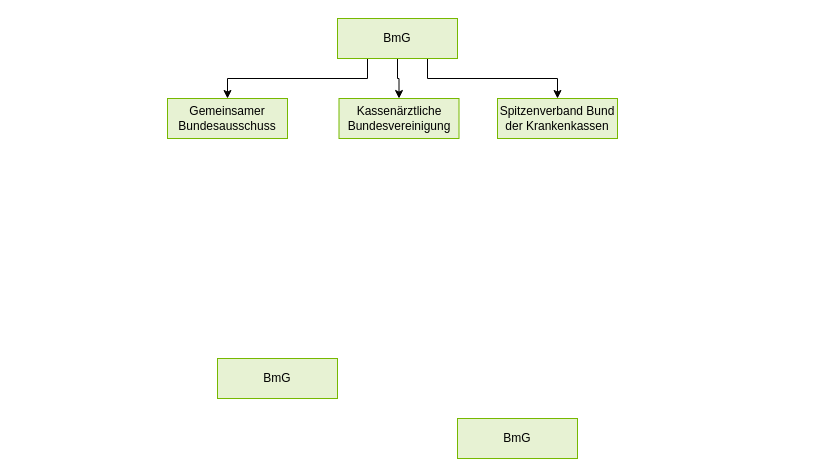
Before: Bilder/GesundheitssystemAkteureBund.drawio in dabrowskiw/VL-EinfuehrungGesundheitsinformatik, a draw.io diagram. Source tidied: cells renumbered, new cells numbered last; positions are measured from the earlier drawing's top-left corner, leaving out a move shared by most shapes. Both pictures are drawn from the tidied source at 100%, with x=0, y=0 at pixel (167, 18).
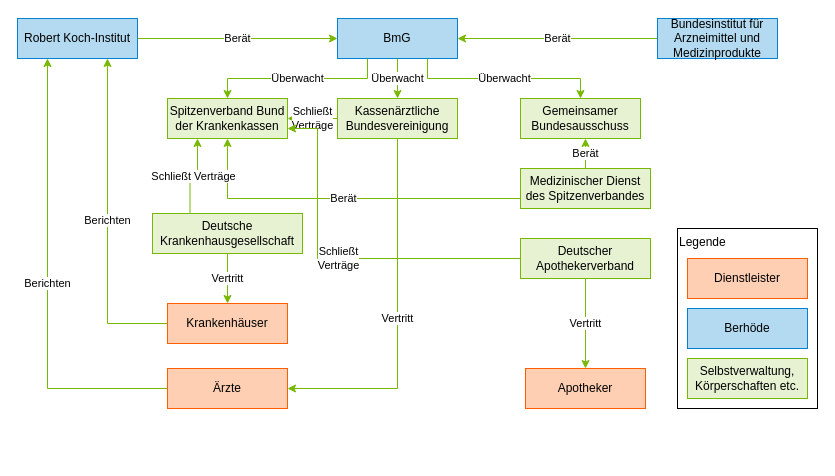
After the change.

Diff of the diagram source:
```diff
@@
-    <mxCell id="2" style="edgeStyle=orthogonalEdgeStyle;rounded=0;jettySize=auto;html=1;exitX=0.25;exitY=1;exitDx=0;exitDy=0;entryX=0.5;entryY=0;entryDx=0;entryDy=0;" parent="1" edge="1" source="5" target="6">
+    <mxCell id="2" value="Überwacht" style="edgeStyle=orthogonalEdgeStyle;rounded=0;jettySize=auto;html=1;entryX=0.5;entryY=0;entryDx=0;entryDy=0;exitX=0.75;exitY=1;exitDx=0;exitDy=0;strokeColor=#76B900;" parent="1" edge="1" source="5" target="6">
       <mxGeometry relative="1" as="geometry" />
     </mxCell>
-    <mxCell id="3" style="edgeStyle=orthogonalEdgeStyle;rounded=0;jettySize=auto;html=1;exitX=0.5;exitY=1;exitDx=0;exitDy=0;entryX=0.5;entryY=0;entryDx=0;entryDy=0;" parent="1" edge="1" source="5" target="7">
+    <mxCell id="3" value="Überwacht" style="edgeStyle=orthogonalEdgeStyle;rounded=0;jettySize=auto;html=1;exitX=0.5;exitY=1;exitDx=0;exitDy=0;entryX=0.5;entryY=0;entryDx=0;entryDy=0;strokeColor=#76B900;" parent="1" edge="1" source="5" target="7">
       <mxGeometry relative="1" as="geometry" />
     </mxCell>
-    <mxCell id="4" style="edgeStyle=orthogonalEdgeStyle;rounded=0;jettySize=auto;html=1;exitX=0.75;exitY=1;exitDx=0;exitDy=0;entryX=0.5;entryY=0;entryDx=0;entryDy=0;" parent="1" edge="1" source="5" target="10">
+    <mxCell id="4" value="Überwacht" style="edgeStyle=orthogonalEdgeStyle;rounded=0;jettySize=auto;html=1;exitX=0.25;exitY=1;exitDx=0;exitDy=0;entryX=0.5;entryY=0;entryDx=0;entryDy=0;strokeColor=#76B900;" parent="1" edge="1" source="5" target="10">
       <mxGeometry relative="1" as="geometry" />
     </mxCell>
-    <mxCell id="5" value="BmG" style="rounded=0;whiteSpace=wrap;html=1;fillColor=#e7f2d3;strokeColor=#76B900;fontColor=#000000;" parent="1" vertex="1">
+    <mxCell id="5" value="BmG" style="rounded=0;whiteSpace=wrap;html=1;fillColor=#B3DAF1;strokeColor=#0082D1;fontColor=#000000;" parent="1" vertex="1">
       <mxGeometry x="170" width="120" height="40" as="geometry" />
     </mxCell>
     <mxCell id="6" value="Gemeinsamer Bundesausschuss" style="rounded=0;whiteSpace=wrap;html=1;fillColor=#e7f2d3;strokeColor=#76B900;fontColor=#000000;" parent="1" vertex="1">
-      <mxGeometry y="80" width="120" height="40" as="geometry" />
+      <mxGeometry x="353" y="80" width="120" height="40" as="geometry" />
     </mxCell>
+    <mxCell id="11" value="Vertritt" style="edgeStyle=orthogonalEdgeStyle;rounded=0;jettySize=auto;html=1;exitX=0.5;exitY=1;exitDx=0;exitDy=0;entryX=1;entryY=0.5;entryDx=0;entryDy=0;strokeColor=#76B900;" parent="1" edge="1" source="7" target="22">
+      <mxGeometry relative="1" as="geometry" />
+    </mxCell>
+    <mxCell id="12" value="Schließt&lt;br&gt;Verträge" style="edgeStyle=orthogonalEdgeStyle;rounded=0;jettySize=auto;html=1;exitX=0;exitY=0.5;exitDx=0;exitDy=0;entryX=1;entryY=0.5;entryDx=0;entryDy=0;strokeColor=#76B900;" parent="1" edge="1" source="7" target="10">
+      <mxGeometry relative="1" as="geometry" />
+    </mxCell>
     <mxCell id="7" value="Kassenärztliche Bundesvereinigung" style="rounded=0;whiteSpace=wrap;html=1;fillColor=#e7f2d3;strokeColor=#76B900;fontColor=#000000;" parent="1" vertex="1">
-      <mxGeometry x="171.5" y="80" width="120" height="40" as="geometry" />
+      <mxGeometry x="170" y="80" width="120" height="40" as="geometry" />
     </mxCell>
+    <mxCell id="13" value="Berät" style="edgeStyle=orthogonalEdgeStyle;rounded=0;jettySize=auto;html=1;exitX=0;exitY=0.75;exitDx=0;exitDy=0;entryX=0.5;entryY=1;entryDx=0;entryDy=0;strokeColor=#76B900;" parent="1" edge="1" source="8" target="10">
+      <mxGeometry relative="1" as="geometry" />
+    </mxCell>
+    <mxCell id="14" value="Berät" style="edgeStyle=orthogonalEdgeStyle;rounded=0;jettySize=auto;html=1;exitX=0.5;exitY=0;exitDx=0;exitDy=0;strokeColor=#76B900;" parent="1" edge="1" source="8">
+      <mxGeometry relative="1" as="geometry">
+        <mxPoint x="418" y="120" as="targetPoint" />
+      </mxGeometry>
+    </mxCell>
-    <mxCell id="8" value="BmG" style="rounded=0;whiteSpace=wrap;html=1;fillColor=#e7f2d3;strokeColor=#76B900;fontColor=#000000;" parent="1" vertex="1">
-      <mxGeometry x="290" y="400" width="120" height="40" as="geometry" />
+    <mxCell id="8" value="Medizinischer Dienst des Spitzenverbandes" style="rounded=0;whiteSpace=wrap;html=1;fillColor=#e7f2d3;strokeColor=#76B900;fontColor=#000000;" parent="1" vertex="1">
+      <mxGeometry x="353" y="150" width="130" height="40" as="geometry" />
     </mxCell>
+    <mxCell id="15" value="Vertritt" style="edgeStyle=orthogonalEdgeStyle;rounded=0;jettySize=auto;html=1;exitX=0.5;exitY=1;exitDx=0;exitDy=0;entryX=0.5;entryY=0;entryDx=0;entryDy=0;strokeColor=#76B900;" parent="1" edge="1" source="9" target="20">
+      <mxGeometry relative="1" as="geometry" />
+    </mxCell>
+    <mxCell id="16" value="Schließt Verträge" style="edgeStyle=orthogonalEdgeStyle;rounded=0;jettySize=auto;html=1;exitX=0.25;exitY=0;exitDx=0;exitDy=0;entryX=0.25;entryY=1;entryDx=0;entryDy=0;strokeColor=#76B900;" parent="1" edge="1" source="9" target="10">
+      <mxGeometry relative="1" as="geometry" />
+    </mxCell>
-    <mxCell id="9" value="BmG" style="rounded=0;whiteSpace=wrap;html=1;fillColor=#e7f2d3;strokeColor=#76B900;fontColor=#000000;" parent="1" vertex="1">
-      <mxGeometry x="50" y="340" width="120" height="40" as="geometry" />
+    <mxCell id="9" value="Deutsche Krankenhausgesellschaft" style="rounded=0;whiteSpace=wrap;html=1;fillColor=#e7f2d3;strokeColor=#76B900;fontColor=#000000;" parent="1" vertex="1">
+      <mxGeometry x="-15" y="195" width="150" height="40" as="geometry" />
     </mxCell>
     <mxCell id="10" value="Spitzenverband Bund der Krankenkassen" style="rounded=0;whiteSpace=wrap;html=1;fillColor=#e7f2d3;strokeColor=#76B900;fontColor=#000000;" parent="1" vertex="1">
-      <mxGeometry x="330" y="80" width="120" height="40" as="geometry" />
+      <mxGeometry y="80" width="120" height="40" as="geometry" />
     </mxCell>
+    <mxCell id="17" value="Berät" style="edgeStyle=orthogonalEdgeStyle;rounded=0;jettySize=auto;html=1;exitX=1;exitY=0.5;exitDx=0;exitDy=0;entryX=0;entryY=0.5;entryDx=0;entryDy=0;strokeColor=#76B900;" parent="1" edge="1" source="18" target="5">
+      <mxGeometry relative="1" as="geometry" />
+    </mxCell>
+    <mxCell id="18" value="Robert Koch-Institut" style="rounded=0;whiteSpace=wrap;html=1;fillColor=#B3DAF1;strokeColor=#0082D1;fontColor=#000000;" parent="1" vertex="1">
+      <mxGeometry x="-150" width="120" height="40" as="geometry" />
+    </mxCell>
+    <mxCell id="19" value="Berichten" style="edgeStyle=orthogonalEdgeStyle;rounded=0;jettySize=auto;html=1;exitX=0;exitY=0.5;exitDx=0;exitDy=0;entryX=0.75;entryY=1;entryDx=0;entryDy=0;strokeColor=#76B900;" parent="1" edge="1" source="20" target="18">
+      <mxGeometry relative="1" as="geometry" />
+    </mxCell>
+    <mxCell id="20" value="Krankenhäuser" style="rounded=0;whiteSpace=wrap;html=1;fillColor=#FFCFB3;strokeColor=#FF5F00;fontColor=#000000;" parent="1" vertex="1">
+      <mxGeometry y="285" width="120" height="40" as="geometry" />
+    </mxCell>
+    <mxCell id="21" value="Berichten" style="edgeStyle=orthogonalEdgeStyle;rounded=0;jettySize=auto;html=1;exitX=0;exitY=0.5;exitDx=0;exitDy=0;entryX=0.25;entryY=1;entryDx=0;entryDy=0;strokeColor=#76B900;" parent="1" edge="1" source="22" target="18">
+      <mxGeometry relative="1" as="geometry" />
+    </mxCell>
+    <mxCell id="22" value="Ärzte" style="rounded=0;whiteSpace=wrap;html=1;fillColor=#FFCFB3;strokeColor=#FF5F00;fontColor=#000000;" parent="1" vertex="1">
+      <mxGeometry y="350" width="120" height="40" as="geometry" />
+    </mxCell>
+    <mxCell id="23" value="Berät" style="edgeStyle=orthogonalEdgeStyle;rounded=0;jettySize=auto;html=1;exitX=0;exitY=0.5;exitDx=0;exitDy=0;entryX=1;entryY=0.5;entryDx=0;entryDy=0;strokeColor=#76B900;" parent="1" edge="1" source="24" target="5">
+      <mxGeometry relative="1" as="geometry" />
+    </mxCell>
+    <mxCell id="24" value="Bundesinstitut für Arzneimittel und Medizinprodukte" style="rounded=0;whiteSpace=wrap;html=1;fillColor=#B3DAF1;strokeColor=#0082D1;fontColor=#000000;" parent="1" vertex="1">
+      <mxGeometry x="490" width="120" height="40" as="geometry" />
+    </mxCell>
+    <mxCell id="25" value="Schließt&lt;br&gt;Verträge" style="edgeStyle=orthogonalEdgeStyle;rounded=0;jettySize=auto;html=1;exitX=0;exitY=0.5;exitDx=0;exitDy=0;entryX=1;entryY=0.75;entryDx=0;entryDy=0;strokeColor=#76B900;" parent="1" edge="1" source="27" target="10">
+      <mxGeometry relative="1" as="geometry">
+        <Array as="points">
+          <mxPoint x="150" y="240" />
+          <mxPoint x="150" y="110" />
+        </Array>
+      </mxGeometry>
+    </mxCell>
+    <mxCell id="26" value="Vertritt" style="edgeStyle=orthogonalEdgeStyle;rounded=0;jettySize=auto;html=1;exitX=0.5;exitY=1;exitDx=0;exitDy=0;entryX=0.5;entryY=0;entryDx=0;entryDy=0;strokeColor=#76B900;" parent="1" edge="1" source="27" target="28">
+      <mxGeometry relative="1" as="geometry" />
+    </mxCell>
+    <mxCell id="27" value="Deutscher Apothekerverband" style="rounded=0;whiteSpace=wrap;html=1;fillColor=#e7f2d3;strokeColor=#76B900;fontColor=#000000;" parent="1" vertex="1">
+      <mxGeometry x="353" y="220" width="130" height="40" as="geometry" />
+    </mxCell>
+    <mxCell id="28" value="Apotheker" style="rounded=0;whiteSpace=wrap;html=1;fillColor=#FFCFB3;strokeColor=#FF5F00;fontColor=#000000;" parent="1" vertex="1">
+      <mxGeometry x="358" y="350" width="120" height="40" as="geometry" />
+    </mxCell>
+    <mxCell id="29" value="Legende" style="rounded=0;whiteSpace=wrap;html=1;align=left;verticalAlign=top;" parent="1" vertex="1">
+      <mxGeometry x="510" y="210" width="140" height="180" as="geometry" />
+    </mxCell>
+    <mxCell id="30" value="Berhöde" style="rounded=0;whiteSpace=wrap;html=1;fillColor=#B3DAF1;strokeColor=#0082D1;fontColor=#000000;" parent="1" vertex="1">
+      <mxGeometry x="520" y="290" width="120" height="40" as="geometry" />
+    </mxCell>
+    <mxCell id="31" value="Dienstleister" style="rounded=0;whiteSpace=wrap;html=1;fillColor=#FFCFB3;strokeColor=#FF5F00;fontColor=#000000;" parent="1" vertex="1">
+      <mxGeometry x="520" y="240" width="120" height="40" as="geometry" />
+    </mxCell>
+    <mxCell id="32" value="Selbstverwaltung, Körperschaften etc." style="rounded=0;whiteSpace=wrap;html=1;fillColor=#e7f2d3;strokeColor=#76B900;fontColor=#000000;" parent="1" vertex="1">
+      <mxGeometry x="520" y="340" width="120" height="40" as="geometry" />
+    </mxCell>
```
